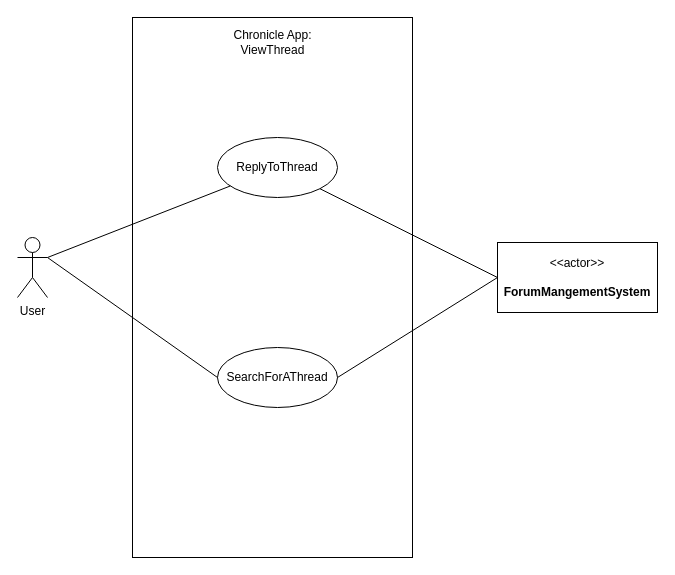
Above: page "ViewThread" (11 of 17) of Week-7-Team-04-Use Case Diagrams (2).drawio in Vaibhav-G-Parmar/Chronicle-Your-Ultimate-Travel-Companion (draw.io), before the change. Source tidied: cells renumbered, new cells numbered last; positions are measured from the earlier drawing's top-left corner, leaving out a move shared by most shapes. Both pictures are drawn from the tidied source at 100%, with x=0, y=0 at pixel (17, 17).
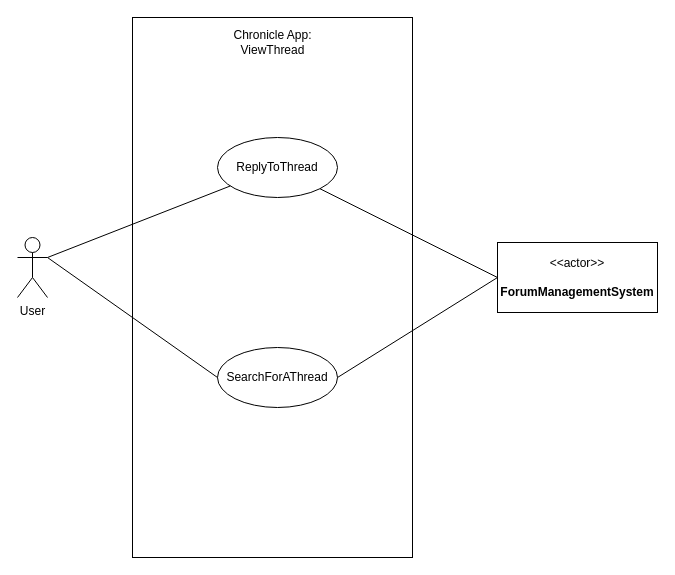
After the change.

Change to the diagram source:
```diff
@@
 <mxGraphModel>
   <root>
     <mxCell id="0" />
     <mxCell id="1" parent="0" />
     <mxCell id="2" value="&lt;h2&gt;&lt;br&gt;&lt;/h2&gt;" style="rounded=0;whiteSpace=wrap;html=1;align=center;" parent="1" vertex="1">
       <mxGeometry x="115" width="280" height="540" as="geometry" />
     </mxCell>
     <mxCell id="3" value="User&lt;br&gt;" style="shape=umlActor;verticalLabelPosition=bottom;verticalAlign=top;html=1;outlineConnect=0;" parent="1" vertex="1">
       <mxGeometry y="220" width="30" height="60" as="geometry" />
     </mxCell>
     <mxCell id="4" value="Chronicle App:&lt;br&gt;ViewThread" style="text;html=1;strokeColor=none;fillColor=none;align=center;verticalAlign=middle;whiteSpace=wrap;rounded=0;" parent="1" vertex="1">
       <mxGeometry x="208" y="10" width="95" height="30" as="geometry" />
     </mxCell>
     <mxCell id="5" value="SearchForAThread" style="ellipse;whiteSpace=wrap;html=1;" parent="1" vertex="1">
       <mxGeometry x="200" y="330" width="120" height="60" as="geometry" />
     </mxCell>
     <mxCell id="6" style="endArrow=none;html=1;rounded=0;entryX=0;entryY=0.5;entryDx=0;entryDy=0;exitX=1;exitY=0.3333333333333333;exitDx=0;exitDy=0;exitPerimeter=0;" parent="1" edge="1" source="3" target="5">
       <mxGeometry relative="1" as="geometry" />
     </mxCell>
-    <mxCell id="7" value="&amp;lt;&amp;lt;actor&amp;gt;&amp;gt;&lt;br&gt;&lt;br&gt;&lt;b&gt;ForumMangementSystem&lt;br&gt;&lt;/b&gt;" style="html=1;align=center;verticalAlign=middle;dashed=0;whiteSpace=wrap;" parent="1" vertex="1">
+    <mxCell id="7" value="&amp;lt;&amp;lt;actor&amp;gt;&amp;gt;&lt;br&gt;&lt;br&gt;&lt;b&gt;ForumManagementSystem&lt;br&gt;&lt;/b&gt;" style="html=1;align=center;verticalAlign=middle;dashed=0;whiteSpace=wrap;" parent="1" vertex="1">
       <mxGeometry x="480" y="225" width="160" height="70" as="geometry" />
     </mxCell>
     <mxCell id="8" value="ReplyToThread" style="ellipse;whiteSpace=wrap;html=1;" parent="1" vertex="1">
       <mxGeometry x="200" y="120" width="120" height="60" as="geometry" />
     </mxCell>
     <mxCell id="9" style="endArrow=none;html=1;rounded=0;exitX=1;exitY=0.5;exitDx=0;exitDy=0;entryX=0;entryY=0.5;entryDx=0;entryDy=0;" parent="1" edge="1" source="5" target="7">
       <mxGeometry relative="1" as="geometry" />
     </mxCell>
     <mxCell id="10" style="endArrow=none;html=1;rounded=0;" parent="1" edge="1" target="8">
       <mxGeometry relative="1" as="geometry">
         <mxPoint x="30" y="240" as="sourcePoint" />
       </mxGeometry>
     </mxCell>
     <mxCell id="11" style="endArrow=none;html=1;rounded=0;entryX=0;entryY=0.5;entryDx=0;entryDy=0;" parent="1" edge="1" source="8" target="7">
       <mxGeometry relative="1" as="geometry" />
     </mxCell>
   </root>
 </mxGraphModel>
```
